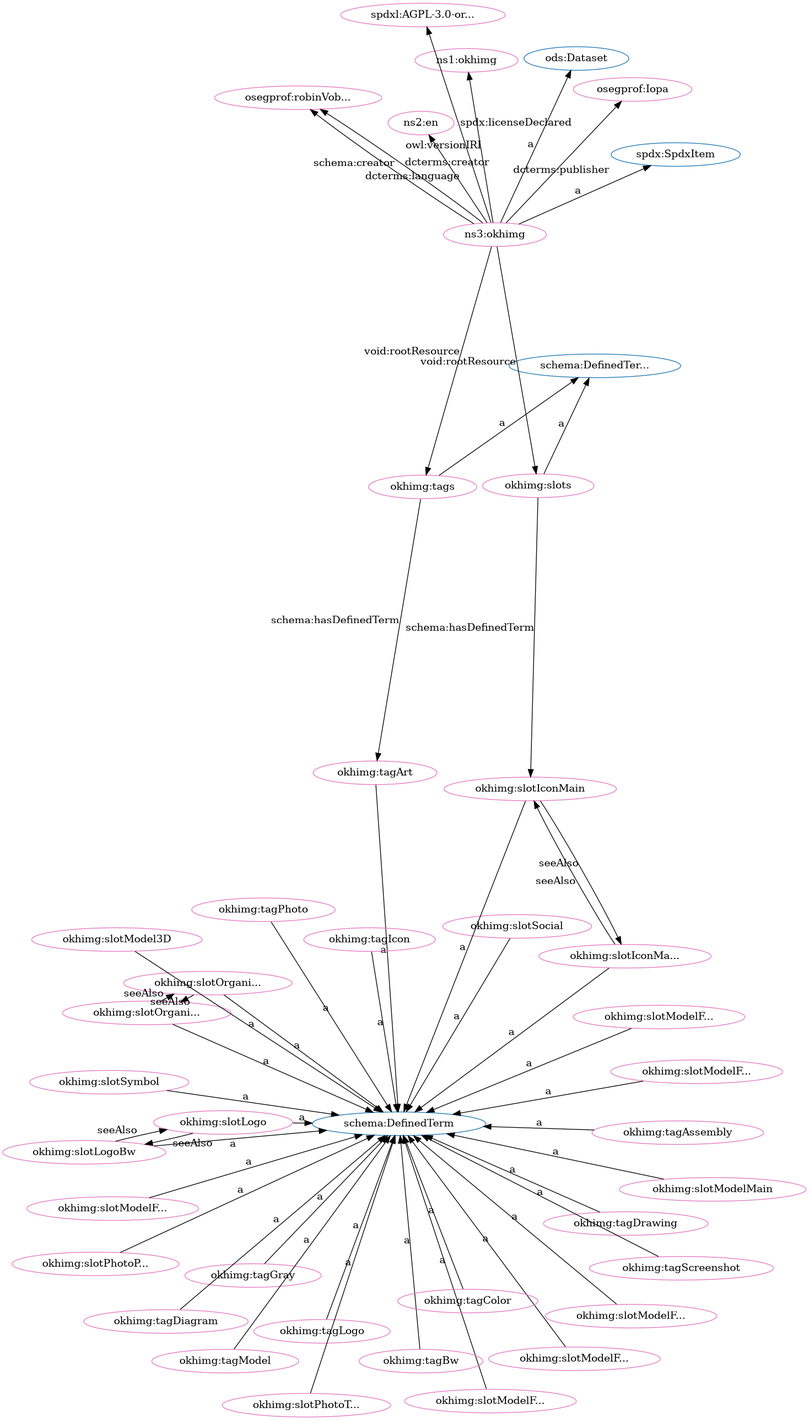
iop-alliance/OpenKnowHow keeps this Graphviz diagram as src/spec/dot_okh-img-clean.png. Above is the earlier version. Its source is kept beside it as src/spec/dot_okh-img-clean.dot.
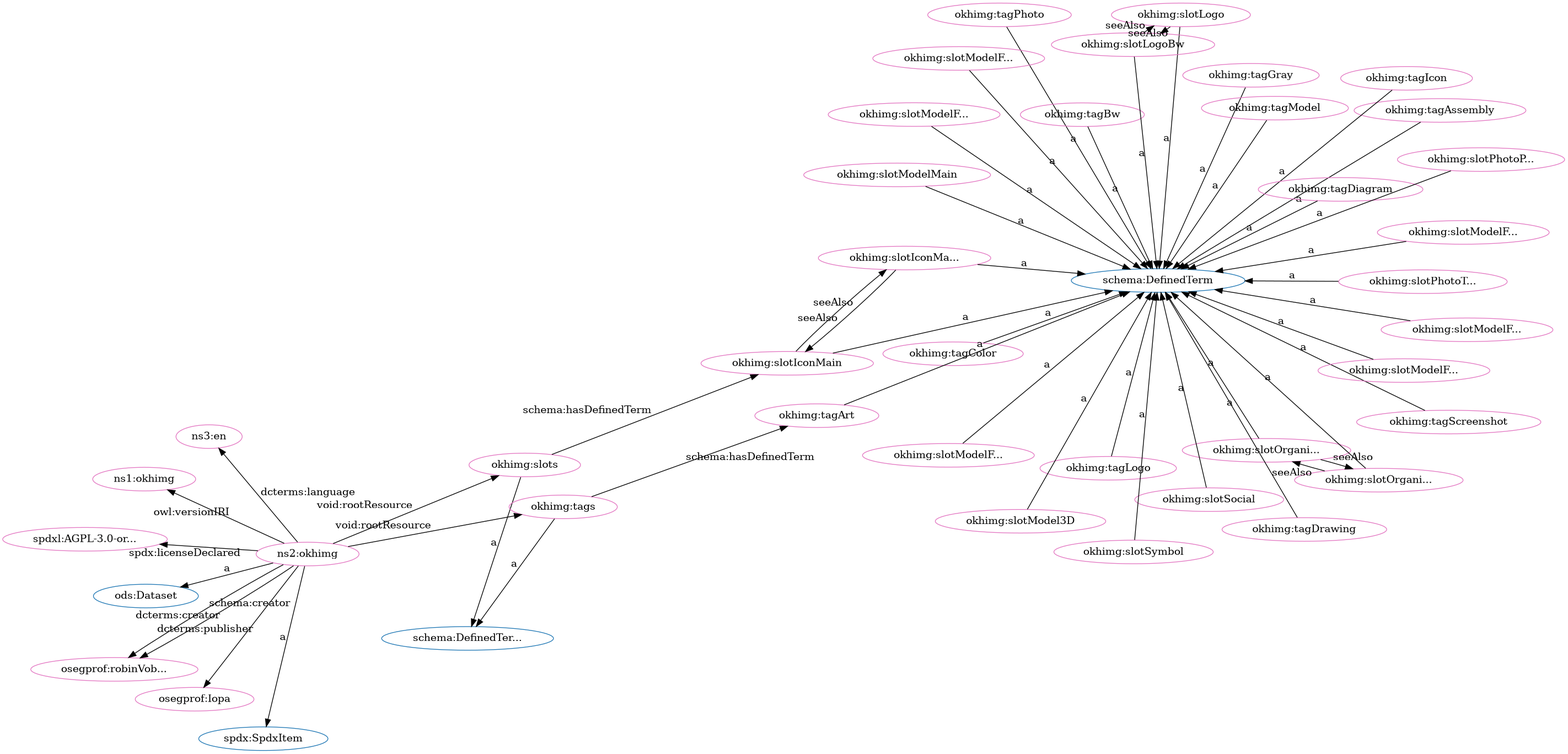
Above is the later version.

The edit, as a diff of the source:
```diff
@@ -1,96 +1,96 @@
 digraph G {
   rankdir=BT
   node[height=.3]
+"http://schema.org/DefinedTermSet" [fillcolor="#1f77b4" color="#1f77b4" label="schema:DefinedTer..."]
+"http://w3id.org/oseg/ont/ods#Dataset" [fillcolor="#1f77b4" color="#1f77b4" label="ods:Dataset"]
 "http://spdx.org/rdf/terms#SpdxItem" [fillcolor="#1f77b4" color="#1f77b4" label="spdx:SpdxItem"]
-"http://schema.org/DefinedTermSet" [fillcolor="#1f77b4" color="#1f77b4" label="schema:DefinedTer..."]
 "http://schema.org/DefinedTerm" [fillcolor="#1f77b4" color="#1f77b4" label="schema:DefinedTerm"]
-"http://w3id.org/oseg/ont/ods#Dataset" [fillcolor="#1f77b4" color="#1f77b4" label="ods:Dataset"]
-"http://w3id.org/oseg/ont/okhimg#slotModelFromBack" [fillcolor="#e377c2" color="#e377c2" label="okhimg:slotModelF..."]
-"http://w3id.org/oseg/ont/okhimg#slotSocial" [fillcolor="#e377c2" color="#e377c2" label="okhimg:slotSocial"]
-"http://w3id.org/oseg/ont/okhimg#tagGray" [fillcolor="#e377c2" color="#e377c2" label="okhimg:tagGray"]
-"http://w3id.org/oseg/ont/okhimg#slotModelFromBelow" [fillcolor="#e377c2" color="#e377c2" label="okhimg:slotModelF..."]
+"http://w3id.org/oseg/ont/okhimg#slotIconMainBw" [fillcolor="#e377c2" color="#e377c2" label="okhimg:slotIconMa..."]
+"http://w3id.org/oseg/ont/okhimg#slotModelMain" [fillcolor="#e377c2" color="#e377c2" label="okhimg:slotModelMain"]
+"http://w3id.org/oseg/ont/okhimg#slots" [fillcolor="#e377c2" color="#e377c2" label="okhimg:slots"]
 "http://w3id.org/oseg/ont/okhimg#slotOrganizationLogo" [fillcolor="#e377c2" color="#e377c2" label="okhimg:slotOrgani..."]
 "http://w3id.org/oseg/ont/0.1.0/okhimg" [fillcolor="#e377c2" color="#e377c2" label="ns1:okhimg"]
+"http://w3id.org/oseg/ont/okhimg#tagAssembly" [fillcolor="#e377c2" color="#e377c2" label="okhimg:tagAssembly"]
+"http://spdx.org/licenses/AGPL-3.0-or-later" [fillcolor="#e377c2" color="#e377c2" label="spdxl:AGPL-3.0-or..."]
+"http://w3id.org/oseg/ont/okhimg#slotModelFromBack" [fillcolor="#e377c2" color="#e377c2" label="okhimg:slotModelF..."]
+"http://w3id.org/oseg/ont/okhimg#tagColor" [fillcolor="#e377c2" color="#e377c2" label="okhimg:tagColor"]
+"http://w3id.org/oseg/ont/okhimg#slotOrganizationLogoBw" [fillcolor="#e377c2" color="#e377c2" label="okhimg:slotOrgani..."]
+"http://w3id.org/oseg/ont/okhimg" [fillcolor="#e377c2" color="#e377c2" label="ns2:okhimg"]
+"http://w3id.org/oseg/ont/okhimg#slotLogo" [fillcolor="#e377c2" color="#e377c2" label="okhimg:slotLogo"]
+"http://w3id.org/oseg/ont/okhimg#tagArt" [fillcolor="#e377c2" color="#e377c2" label="okhimg:tagArt"]
+"http://w3id.org/oseg/ont/okhimg#tagGray" [fillcolor="#e377c2" color="#e377c2" label="okhimg:tagGray"]
+"http://w3id.org/oseg/ont/okhimg#tagPhoto" [fillcolor="#e377c2" color="#e377c2" label="okhimg:tagPhoto"]
+"http://w3id.org/oseg/ont/okhimg#tagIcon" [fillcolor="#e377c2" color="#e377c2" label="okhimg:tagIcon"]
+"http://w3id.org/oseg/ont/okhimg#slotIconMain" [fillcolor="#e377c2" color="#e377c2" label="okhimg:slotIconMain"]
+"http://w3id.org/oseg/ont/okhimg#slotModelFromAbove" [fillcolor="#e377c2" color="#e377c2" label="okhimg:slotModelF..."]
+"http://w3id.org/oseg/ont/okhimg#tagScreenshot" [fillcolor="#e377c2" color="#e377c2" label="okhimg:tagScreenshot"]
+"http://w3id.org/oseg/ont/okhimg#slotPhotoThingMain" [fillcolor="#e377c2" color="#e377c2" label="okhimg:slotPhotoT..."]
+"http://id.loc.gov/vocabulary/iso639-1/en" [fillcolor="#e377c2" color="#e377c2" label="ns3:en"]
+"http://w3id.org/oseg/ont/okhimg#tagBw" [fillcolor="#e377c2" color="#e377c2" label="okhimg:tagBw"]
 "http://w3id.org/oseg/ont/okhimg#tags" [fillcolor="#e377c2" color="#e377c2" label="okhimg:tags"]
 "http://w3id.org/oseg/ont/oseg-profiles#robinVobruba" [fillcolor="#e377c2" color="#e377c2" label="osegprof:robinVob..."]
-"http://w3id.org/oseg/ont/okhimg#slotLogo" [fillcolor="#e377c2" color="#e377c2" label="okhimg:slotLogo"]
-"http://w3id.org/oseg/ont/okhimg#slotModelMain" [fillcolor="#e377c2" color="#e377c2" label="okhimg:slotModelMain"]
-"http://w3id.org/oseg/ont/okhimg#slotIconMain" [fillcolor="#e377c2" color="#e377c2" label="okhimg:slotIconMain"]
+"http://w3id.org/oseg/ont/okhimg#slotSocial" [fillcolor="#e377c2" color="#e377c2" label="okhimg:slotSocial"]
+"http://w3id.org/oseg/ont/okhimg#slotModelFromFront" [fillcolor="#e377c2" color="#e377c2" label="okhimg:slotModelF..."]
+"http://w3id.org/oseg/ont/okhimg#slotLogoBw" [fillcolor="#e377c2" color="#e377c2" label="okhimg:slotLogoBw"]
+"http://w3id.org/oseg/ont/okhimg#tagModel" [fillcolor="#e377c2" color="#e377c2" label="okhimg:tagModel"]
+"http://w3id.org/oseg/ont/okhimg#tagLogo" [fillcolor="#e377c2" color="#e377c2" label="okhimg:tagLogo"]
+"http://w3id.org/oseg/ont/okhimg#tagDiagram" [fillcolor="#e377c2" color="#e377c2" label="okhimg:tagDiagram"]
+"http://w3id.org/oseg/ont/okhimg#slotSymbol" [fillcolor="#e377c2" color="#e377c2" label="okhimg:slotSymbol"]
+"http://w3id.org/oseg/ont/okhimg#slotModel3D" [fillcolor="#e377c2" color="#e377c2" label="okhimg:slotModel3D"]
+"http://w3id.org/oseg/ont/okhimg#slotPhotoPackaging" [fillcolor="#e377c2" color="#e377c2" label="okhimg:slotPhotoP..."]
+"http://w3id.org/oseg/ont/okhimg#slotModelFromRight" [fillcolor="#e377c2" color="#e377c2" label="okhimg:slotModelF..."]
 "http://w3id.org/oseg/ont/okhimg#tagDrawing" [fillcolor="#e377c2" color="#e377c2" label="okhimg:tagDrawing"]
-"http://id.loc.gov/vocabulary/iso639-1/en" [fillcolor="#e377c2" color="#e377c2" label="ns2:en"]
-"http://spdx.org/licenses/AGPL-3.0-or-later" [fillcolor="#e377c2" color="#e377c2" label="spdxl:AGPL-3.0-or..."]
-"http://w3id.org/oseg/ont/okhimg#slotLogoBw" [fillcolor="#e377c2" color="#e377c2" label="okhimg:slotLogoBw"]
-"http://w3id.org/oseg/ont/okhimg#slotModelFromRight" [fillcolor="#e377c2" color="#e377c2" label="okhimg:slotModelF..."]
-"http://w3id.org/oseg/ont/okhimg#slotIconMainBw" [fillcolor="#e377c2" color="#e377c2" label="okhimg:slotIconMa..."]
-"http://w3id.org/oseg/ont/okhimg#slotModel3D" [fillcolor="#e377c2" color="#e377c2" label="okhimg:slotModel3D"]
-"http://w3id.org/oseg/ont/okhimg#slotOrganizationLogoBw" [fillcolor="#e377c2" color="#e377c2" label="okhimg:slotOrgani..."]
-"http://w3id.org/oseg/ont/okhimg" [fillcolor="#e377c2" color="#e377c2" label="ns3:okhimg"]
-"http://w3id.org/oseg/ont/okhimg#slotModelFromAbove" [fillcolor="#e377c2" color="#e377c2" label="okhimg:slotModelF..."]
-"http://w3id.org/oseg/ont/okhimg#slotSymbol" [fillcolor="#e377c2" color="#e377c2" label="okhimg:slotSymbol"]
-"http://w3id.org/oseg/ont/okhimg#tagModel" [fillcolor="#e377c2" color="#e377c2" label="okhimg:tagModel"]
+"http://w3id.org/oseg/ont/okhimg#slotModelFromBelow" [fillcolor="#e377c2" color="#e377c2" label="okhimg:slotModelF..."]
+"http://w3id.org/oseg/ont/okhimg#slotModelFromLeft" [fillcolor="#e377c2" color="#e377c2" label="okhimg:slotModelF..."]
 "http://w3id.org/oseg/ont/oseg-profiles#Iopa" [fillcolor="#e377c2" color="#e377c2" label="osegprof:Iopa"]
-"http://w3id.org/oseg/ont/okhimg#tagBw" [fillcolor="#e377c2" color="#e377c2" label="okhimg:tagBw"]
-"http://w3id.org/oseg/ont/okhimg#tagArt" [fillcolor="#e377c2" color="#e377c2" label="okhimg:tagArt"]
-"http://w3id.org/oseg/ont/okhimg#tagDiagram" [fillcolor="#e377c2" color="#e377c2" label="okhimg:tagDiagram"]
-"http://w3id.org/oseg/ont/okhimg#tagColor" [fillcolor="#e377c2" color="#e377c2" label="okhimg:tagColor"]
-"http://w3id.org/oseg/ont/okhimg#slotPhotoPackaging" [fillcolor="#e377c2" color="#e377c2" label="okhimg:slotPhotoP..."]
-"http://w3id.org/oseg/ont/okhimg#tagPhoto" [fillcolor="#e377c2" color="#e377c2" label="okhimg:tagPhoto"]
-"http://w3id.org/oseg/ont/okhimg#slotModelFromFront" [fillcolor="#e377c2" color="#e377c2" label="okhimg:slotModelF..."]
-"http://w3id.org/oseg/ont/okhimg#tagAssembly" [fillcolor="#e377c2" color="#e377c2" label="okhimg:tagAssembly"]
-"http://w3id.org/oseg/ont/okhimg#slots" [fillcolor="#e377c2" color="#e377c2" label="okhimg:slots"]
-"http://w3id.org/oseg/ont/okhimg#tagIcon" [fillcolor="#e377c2" color="#e377c2" label="okhimg:tagIcon"]
-"http://w3id.org/oseg/ont/okhimg#tagScreenshot" [fillcolor="#e377c2" color="#e377c2" label="okhimg:tagScreenshot"]
-"http://w3id.org/oseg/ont/okhimg#tagLogo" [fillcolor="#e377c2" color="#e377c2" label="okhimg:tagLogo"]
-"http://w3id.org/oseg/ont/okhimg#slotPhotoThingMain" [fillcolor="#e377c2" color="#e377c2" label="okhimg:slotPhotoT..."]
-"http://w3id.org/oseg/ont/okhimg#slotModelFromLeft" [fillcolor="#e377c2" color="#e377c2" label="okhimg:slotModelF..."]
-  "http://w3id.org/oseg/ont/okhimg#slotModelFromBack" -> "http://schema.org/DefinedTerm" [label="a"]
-  "http://w3id.org/oseg/ont/okhimg#slotSocial" -> "http://schema.org/DefinedTerm" [label="a"]
-  "http://w3id.org/oseg/ont/okhimg#tagGray" -> "http://schema.org/DefinedTerm" [label="a"]
-  "http://w3id.org/oseg/ont/okhimg#slotModelFromBelow" -> "http://schema.org/DefinedTerm" [label="a"]
+  "http://w3id.org/oseg/ont/okhimg#slotIconMainBw" -> "http://schema.org/DefinedTerm" [label="a"]
+  "http://w3id.org/oseg/ont/okhimg#slotModelMain" -> "http://schema.org/DefinedTerm" [label="a"]
+  "http://w3id.org/oseg/ont/okhimg" -> "http://w3id.org/oseg/ont/okhimg#slots" [label="void:rootResource"]
+  "http://w3id.org/oseg/ont/okhimg#slotIconMain" -> "http://w3id.org/oseg/ont/okhimg#slotIconMainBw" [label="seeAlso"]
   "http://w3id.org/oseg/ont/okhimg#slotOrganizationLogoBw" -> "http://w3id.org/oseg/ont/okhimg#slotOrganizationLogo" [label="seeAlso"]
   "http://w3id.org/oseg/ont/okhimg" -> "http://w3id.org/oseg/ont/0.1.0/okhimg" [label="owl:versionIRI"]
-  "http://w3id.org/oseg/ont/okhimg" -> "http://w3id.org/oseg/ont/okhimg#tags" [label="void:rootResource"]
-  "http://w3id.org/oseg/ont/okhimg" -> "http://w3id.org/oseg/ont/oseg-profiles#robinVobruba" [label="schema:creator"]
-  "http://w3id.org/oseg/ont/okhimg#slotLogoBw" -> "http://w3id.org/oseg/ont/okhimg#slotLogo" [label="seeAlso"]
-  "http://w3id.org/oseg/ont/okhimg#slotModelMain" -> "http://schema.org/DefinedTerm" [label="a"]
-  "http://w3id.org/oseg/ont/okhimg#slotIconMainBw" -> "http://w3id.org/oseg/ont/okhimg#slotIconMain" [label="seeAlso"]
-  "http://w3id.org/oseg/ont/okhimg#tagDrawing" -> "http://schema.org/DefinedTerm" [label="a"]
-  "http://w3id.org/oseg/ont/okhimg" -> "http://id.loc.gov/vocabulary/iso639-1/en" [label="dcterms:language"]
+  "http://w3id.org/oseg/ont/okhimg#tagAssembly" -> "http://schema.org/DefinedTerm" [label="a"]
   "http://w3id.org/oseg/ont/okhimg" -> "http://spdx.org/licenses/AGPL-3.0-or-later" [label="spdx:licenseDeclared"]
-  "http://w3id.org/oseg/ont/okhimg#slotLogoBw" -> "http://schema.org/DefinedTerm" [label="a"]
-  "http://w3id.org/oseg/ont/okhimg#slotModelFromRight" -> "http://schema.org/DefinedTerm" [label="a"]
-  "http://w3id.org/oseg/ont/okhimg#slots" -> "http://w3id.org/oseg/ont/okhimg#slotIconMain" [label="schema:hasDefinedTerm"]
-  "http://w3id.org/oseg/ont/okhimg#slotIconMain" -> "http://w3id.org/oseg/ont/okhimg#slotIconMainBw" [label="seeAlso"]
-  "http://w3id.org/oseg/ont/okhimg#slotModel3D" -> "http://schema.org/DefinedTerm" [label="a"]
+  "http://w3id.org/oseg/ont/okhimg#slotModelFromBack" -> "http://schema.org/DefinedTerm" [label="a"]
+  "http://w3id.org/oseg/ont/okhimg#tagColor" -> "http://schema.org/DefinedTerm" [label="a"]
   "http://w3id.org/oseg/ont/okhimg#slotOrganizationLogo" -> "http://w3id.org/oseg/ont/okhimg#slotOrganizationLogoBw" [label="seeAlso"]
   "http://w3id.org/oseg/ont/okhimg" -> "http://w3id.org/oseg/ont/ods#Dataset" [label="a"]
+  "http://w3id.org/oseg/ont/okhimg#slotLogoBw" -> "http://w3id.org/oseg/ont/okhimg#slotLogo" [label="seeAlso"]
+  "http://w3id.org/oseg/ont/okhimg#tags" -> "http://w3id.org/oseg/ont/okhimg#tagArt" [label="schema:hasDefinedTerm"]
+  "http://w3id.org/oseg/ont/okhimg#tagGray" -> "http://schema.org/DefinedTerm" [label="a"]
+  "http://w3id.org/oseg/ont/okhimg#tagPhoto" -> "http://schema.org/DefinedTerm" [label="a"]
+  "http://w3id.org/oseg/ont/okhimg#tagIcon" -> "http://schema.org/DefinedTerm" [label="a"]
+  "http://w3id.org/oseg/ont/okhimg#slotIconMainBw" -> "http://w3id.org/oseg/ont/okhimg#slotIconMain" [label="seeAlso"]
+  "http://w3id.org/oseg/ont/okhimg#slotModelFromAbove" -> "http://schema.org/DefinedTerm" [label="a"]
+  "http://w3id.org/oseg/ont/okhimg#tagScreenshot" -> "http://schema.org/DefinedTerm" [label="a"]
+  "http://w3id.org/oseg/ont/okhimg#slotOrganizationLogoBw" -> "http://schema.org/DefinedTerm" [label="a"]
+  "http://w3id.org/oseg/ont/okhimg#slotPhotoThingMain" -> "http://schema.org/DefinedTerm" [label="a"]
+  "http://w3id.org/oseg/ont/okhimg#slots" -> "http://schema.org/DefinedTermSet" [label="a"]
+  "http://w3id.org/oseg/ont/okhimg" -> "http://id.loc.gov/vocabulary/iso639-1/en" [label="dcterms:language"]
+  "http://w3id.org/oseg/ont/okhimg#tagBw" -> "http://schema.org/DefinedTerm" [label="a"]
+  "http://w3id.org/oseg/ont/okhimg" -> "http://w3id.org/oseg/ont/okhimg#tags" [label="void:rootResource"]
+  "http://w3id.org/oseg/ont/okhimg#tags" -> "http://schema.org/DefinedTermSet" [label="a"]
+  "http://w3id.org/oseg/ont/okhimg#tagArt" -> "http://schema.org/DefinedTerm" [label="a"]
+  "http://w3id.org/oseg/ont/okhimg#slots" -> "http://w3id.org/oseg/ont/okhimg#slotIconMain" [label="schema:hasDefinedTerm"]
+  "http://w3id.org/oseg/ont/okhimg" -> "http://w3id.org/oseg/ont/oseg-profiles#robinVobruba" [label="dcterms:creator"]
+  "http://w3id.org/oseg/ont/okhimg#slotSocial" -> "http://schema.org/DefinedTerm" [label="a"]
+  "http://w3id.org/oseg/ont/okhimg#slotModelFromFront" -> "http://schema.org/DefinedTerm" [label="a"]
+  "http://w3id.org/oseg/ont/okhimg#slotLogo" -> "http://w3id.org/oseg/ont/okhimg#slotLogoBw" [label="seeAlso"]
   "http://w3id.org/oseg/ont/okhimg" -> "http://spdx.org/rdf/terms#SpdxItem" [label="a"]
-  "http://w3id.org/oseg/ont/okhimg#tags" -> "http://schema.org/DefinedTermSet" [label="a"]
-  "http://w3id.org/oseg/ont/okhimg#slotModelFromAbove" -> "http://schema.org/DefinedTerm" [label="a"]
+  "http://w3id.org/oseg/ont/okhimg#tagModel" -> "http://schema.org/DefinedTerm" [label="a"]
+  "http://w3id.org/oseg/ont/okhimg#slotLogo" -> "http://schema.org/DefinedTerm" [label="a"]
+  "http://w3id.org/oseg/ont/okhimg#tagLogo" -> "http://schema.org/DefinedTerm" [label="a"]
+  "http://w3id.org/oseg/ont/okhimg#tagDiagram" -> "http://schema.org/DefinedTerm" [label="a"]
   "http://w3id.org/oseg/ont/okhimg#slotSymbol" -> "http://schema.org/DefinedTerm" [label="a"]
-  "http://w3id.org/oseg/ont/okhimg" -> "http://w3id.org/oseg/ont/oseg-profiles#robinVobruba" [label="dcterms:creator"]
-  "http://w3id.org/oseg/ont/okhimg#tagModel" -> "http://schema.org/DefinedTerm" [label="a"]
+  "http://w3id.org/oseg/ont/okhimg#slotModel3D" -> "http://schema.org/DefinedTerm" [label="a"]
+  "http://w3id.org/oseg/ont/okhimg" -> "http://w3id.org/oseg/ont/oseg-profiles#robinVobruba" [label="schema:creator"]
+  "http://w3id.org/oseg/ont/okhimg#slotPhotoPackaging" -> "http://schema.org/DefinedTerm" [label="a"]
+  "http://w3id.org/oseg/ont/okhimg#slotModelFromRight" -> "http://schema.org/DefinedTerm" [label="a"]
+  "http://w3id.org/oseg/ont/okhimg#slotOrganizationLogo" -> "http://schema.org/DefinedTerm" [label="a"]
+  "http://w3id.org/oseg/ont/okhimg#tagDrawing" -> "http://schema.org/DefinedTerm" [label="a"]
+  "http://w3id.org/oseg/ont/okhimg#slotModelFromBelow" -> "http://schema.org/DefinedTerm" [label="a"]
+  "http://w3id.org/oseg/ont/okhimg#slotIconMain" -> "http://schema.org/DefinedTerm" [label="a"]
+  "http://w3id.org/oseg/ont/okhimg#slotModelFromLeft" -> "http://schema.org/DefinedTerm" [label="a"]
+  "http://w3id.org/oseg/ont/okhimg#slotLogoBw" -> "http://schema.org/DefinedTerm" [label="a"]
   "http://w3id.org/oseg/ont/okhimg" -> "http://w3id.org/oseg/ont/oseg-profiles#Iopa" [label="dcterms:publisher"]
-  "http://w3id.org/oseg/ont/okhimg#tagBw" -> "http://schema.org/DefinedTerm" [label="a"]
-  "http://w3id.org/oseg/ont/okhimg#tags" -> "http://w3id.org/oseg/ont/okhimg#tagArt" [label="schema:hasDefinedTerm"]
-  "http://w3id.org/oseg/ont/okhimg#slotIconMain" -> "http://schema.org/DefinedTerm" [label="a"]
-  "http://w3id.org/oseg/ont/okhimg#tagDiagram" -> "http://schema.org/DefinedTerm" [label="a"]
-  "http://w3id.org/oseg/ont/okhimg#slotLogo" -> "http://schema.org/DefinedTerm" [label="a"]
-  "http://w3id.org/oseg/ont/okhimg#tagColor" -> "http://schema.org/DefinedTerm" [label="a"]
-  "http://w3id.org/oseg/ont/okhimg#slotPhotoPackaging" -> "http://schema.org/DefinedTerm" [label="a"]
-  "http://w3id.org/oseg/ont/okhimg#slotOrganizationLogo" -> "http://schema.org/DefinedTerm" [label="a"]
-  "http://w3id.org/oseg/ont/okhimg#tagPhoto" -> "http://schema.org/DefinedTerm" [label="a"]
-  "http://w3id.org/oseg/ont/okhimg#slotModelFromFront" -> "http://schema.org/DefinedTerm" [label="a"]
-  "http://w3id.org/oseg/ont/okhimg#slotIconMainBw" -> "http://schema.org/DefinedTerm" [label="a"]
-  "http://w3id.org/oseg/ont/okhimg#slotOrganizationLogoBw" -> "http://schema.org/DefinedTerm" [label="a"]
-  "http://w3id.org/oseg/ont/okhimg#tagAssembly" -> "http://schema.org/DefinedTerm" [label="a"]
-  "http://w3id.org/oseg/ont/okhimg" -> "http://w3id.org/oseg/ont/okhimg#slots" [label="void:rootResource"]
-  "http://w3id.org/oseg/ont/okhimg#slotLogo" -> "http://w3id.org/oseg/ont/okhimg#slotLogoBw" [label="seeAlso"]
-  "http://w3id.org/oseg/ont/okhimg#slots" -> "http://schema.org/DefinedTermSet" [label="a"]
-  "http://w3id.org/oseg/ont/okhimg#tagIcon" -> "http://schema.org/DefinedTerm" [label="a"]
-  "http://w3id.org/oseg/ont/okhimg#tagScreenshot" -> "http://schema.org/DefinedTerm" [label="a"]
-  "http://w3id.org/oseg/ont/okhimg#tagLogo" -> "http://schema.org/DefinedTerm" [label="a"]
-  "http://w3id.org/oseg/ont/okhimg#slotPhotoThingMain" -> "http://schema.org/DefinedTerm" [label="a"]
-  "http://w3id.org/oseg/ont/okhimg#slotModelFromLeft" -> "http://schema.org/DefinedTerm" [label="a"]
-  "http://w3id.org/oseg/ont/okhimg#tagArt" -> "http://schema.org/DefinedTerm" [label="a"]
 }
```
